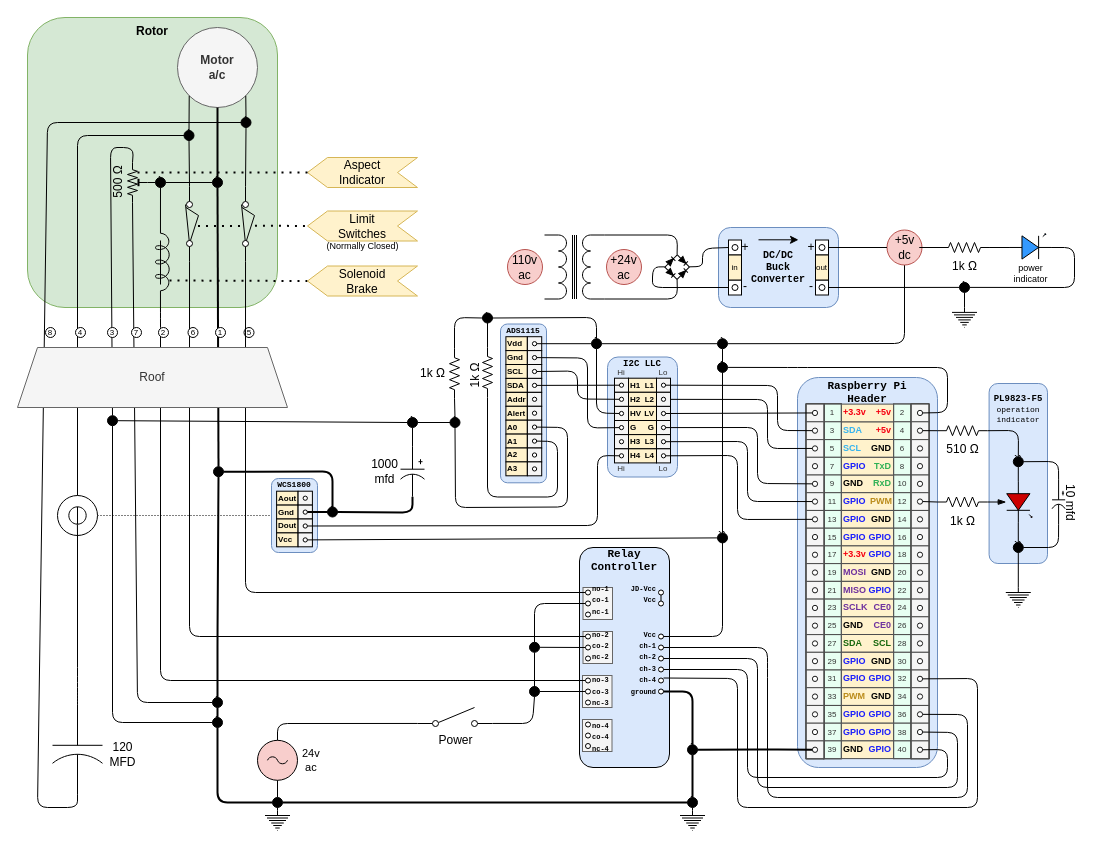
The draw.io diagram readme/rotor.drawio in wryan67/rotor, before the edit. Source tidied: cells renumbered, new cells numbered last; positions are measured from the earlier drawing's top-left corner, leaving out a move shared by most shapes. Both pictures are drawn from the tidied source at 100%, with x=0, y=0 at pixel (17, 17).
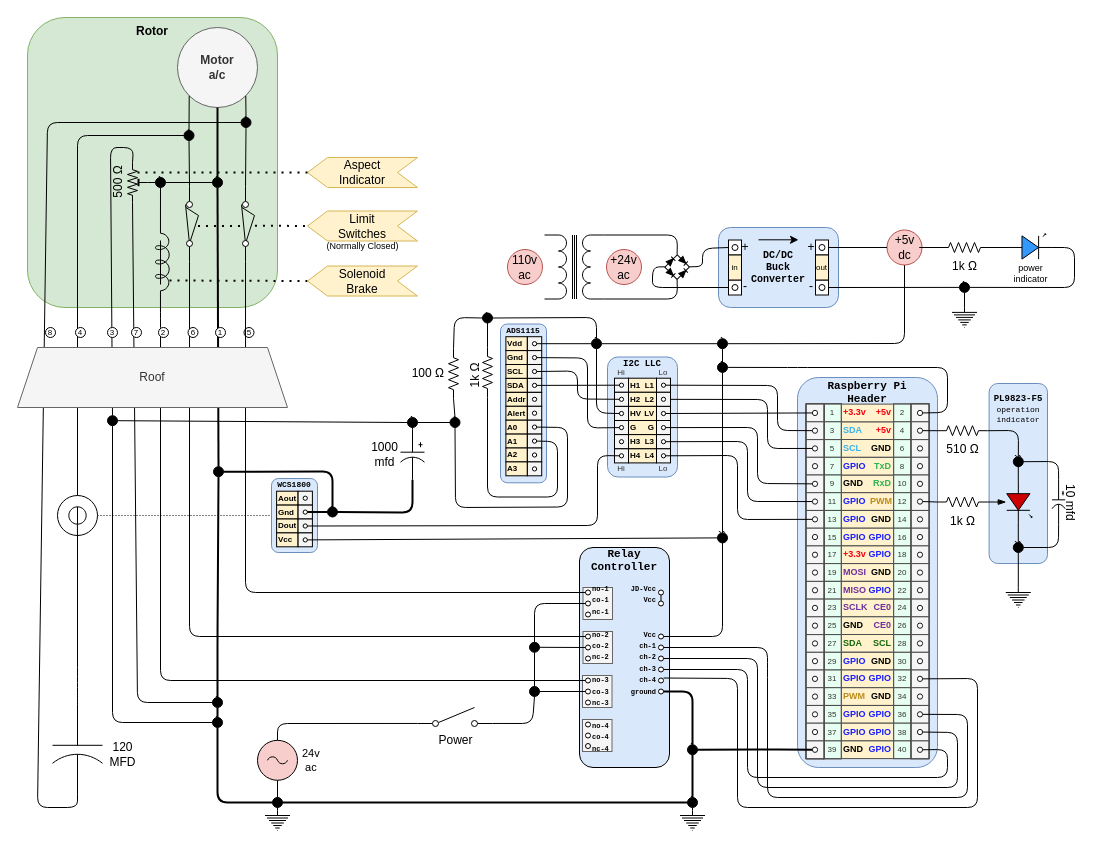
The same diagram, later.

Commit message:
update resistor values

The edit, as a diff of the source:
```diff
@@
-    <mxCell id="304" value="1k&amp;nbsp;Ω" style="verticalLabelPosition=middle;shadow=0;dashed=0;align=right;html=1;verticalAlign=middle;shape=mxgraph.electrical.resistors.resistor_2;fontSize=12;direction=north;labelPosition=left;spacingLeft=-1;spacingBottom=0;spacingRight=3;" parent="1" vertex="1">
-      <mxGeometry x="432" y="331.2" width="10" height="50" as="geometry" />
+    <mxCell id="304" value="100 Ω" style="verticalLabelPosition=middle;shadow=0;dashed=0;align=right;html=1;verticalAlign=middle;shape=mxgraph.electrical.resistors.resistor_2;fontSize=12;direction=north;labelPosition=left;spacingLeft=-1;spacingBottom=0;spacingRight=3;" parent="1" vertex="1">
+      <mxGeometry x="431" y="331.2" width="10" height="50" as="geometry" />
     </mxCell>
@@
     <mxCell id="525" value="1000&lt;br&gt;mfd" style="verticalLabelPosition=top;shadow=0;dashed=0;align=center;html=1;verticalAlign=middle;shape=mxgraph.electrical.capacitors.capacitor_3;fontSize=12;rotation=90;spacingTop=0;horizontal=0;labelPosition=center;spacingBottom=0;spacingLeft=-8;" parent="1" vertex="1">
-      <mxGeometry x="370" y="442.2" width="50" height="24" as="geometry" />
+      <mxGeometry x="370" y="425.2" width="50" height="24" as="geometry" />
     </mxCell>
```
